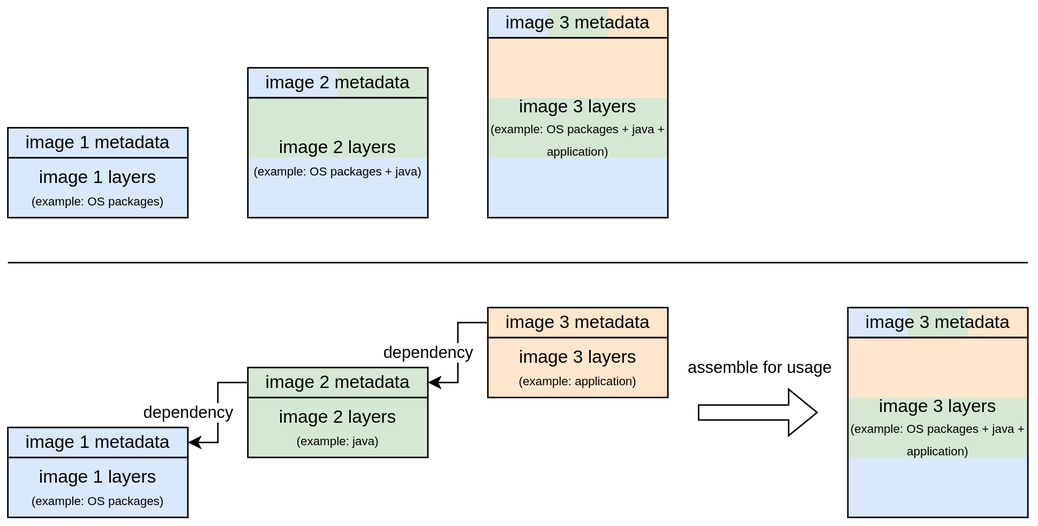
Above: docs/images/parent-image-dependencies-high-level.drawio.svg in SgtSilvio/gradle-oci (draw.io), before the change. Source tidied: cells renumbered, new cells last; positions are measured from the earlier drawing's top-left corner, leaving out a move shared by most shapes.
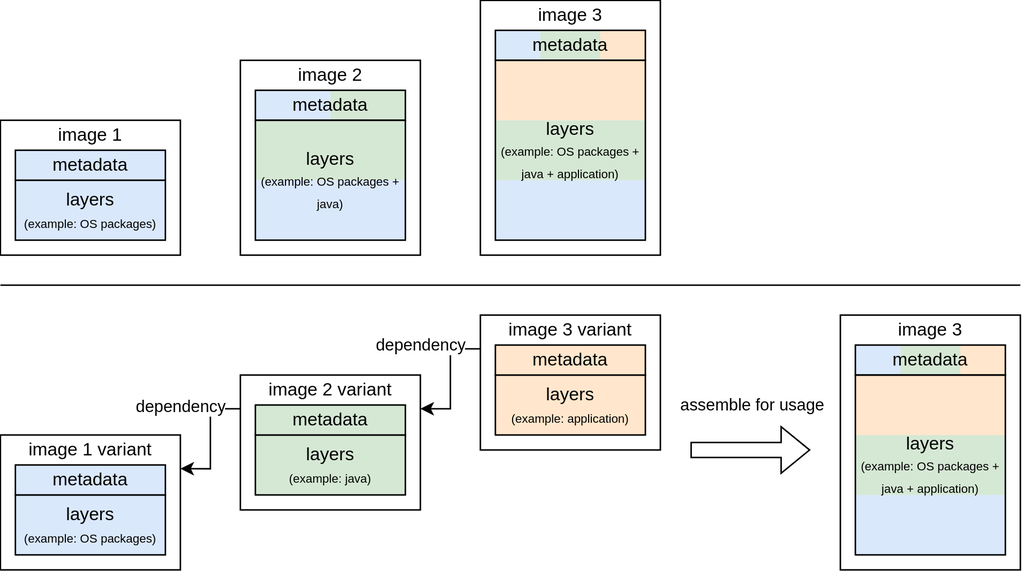
The same file after the commit.

What changed in the source:
```diff
@@ -2,128 +2,149 @@
   <root>
     <mxCell id="0" />
     <mxCell id="1" parent="0" />
-    <mxCell id="2" style="rounded=0;whiteSpace=wrap;html=1;fillColor=#dae8fc;strokeColor=none;" parent="1" vertex="1">
-      <mxGeometry x="320" width="40" height="20" as="geometry" />
+    <mxCell id="2" value="image 3 variant" style="rounded=0;whiteSpace=wrap;html=1;verticalAlign=top;spacing=2;spacingTop=-4;" parent="1" vertex="1">
+      <mxGeometry x="320" y="190" width="120" height="90" as="geometry" />
     </mxCell>
-    <mxCell id="3" style="rounded=0;whiteSpace=wrap;html=1;fillColor=#d5e8d4;strokeColor=none;" parent="1" vertex="1">
-      <mxGeometry x="360" width="40" height="20" as="geometry" />
+    <mxCell id="3" value="image 2 variant" style="rounded=0;whiteSpace=wrap;html=1;verticalAlign=top;spacing=2;spacingTop=-4;" parent="1" vertex="1">
+      <mxGeometry x="160" y="230" width="120" height="90" as="geometry" />
     </mxCell>
-    <mxCell id="4" style="rounded=0;whiteSpace=wrap;html=1;fillColor=#ffe6cc;strokeColor=none;" parent="1" vertex="1">
-      <mxGeometry x="400" width="40" height="20" as="geometry" />
+    <mxCell id="4" value="image 1 variant" style="rounded=0;whiteSpace=wrap;html=1;verticalAlign=top;spacing=2;spacingTop=-4;" parent="1" vertex="1">
+      <mxGeometry y="270" width="120" height="90" as="geometry" />
     </mxCell>
-    <mxCell id="5" style="rounded=0;whiteSpace=wrap;html=1;fillColor=#dae8fc;strokeColor=none;" parent="1" vertex="1">
-      <mxGeometry x="160" y="40" width="60" height="20" as="geometry" />
+    <mxCell id="5" value="image 3" style="rounded=0;whiteSpace=wrap;html=1;verticalAlign=top;spacingTop=-4;" parent="1" vertex="1">
+      <mxGeometry x="560" y="190" width="120" height="170" as="geometry" />
     </mxCell>
-    <mxCell id="6" style="rounded=0;whiteSpace=wrap;html=1;fillColor=#d5e8d4;strokeColor=none;" parent="1" vertex="1">
-      <mxGeometry x="220" y="40" width="60" height="20" as="geometry" />
+    <mxCell id="6" value="image 3" style="rounded=0;whiteSpace=wrap;html=1;verticalAlign=top;spacingTop=-4;" parent="1" vertex="1">
+      <mxGeometry x="320" y="-20" width="120" height="170" as="geometry" />
     </mxCell>
-    <mxCell id="7" style="rounded=0;whiteSpace=wrap;html=1;strokeColor=none;fillColor=#dae8fc;" parent="1" vertex="1">
-      <mxGeometry x="320" y="100" width="120" height="40" as="geometry" />
+    <mxCell id="7" value="image 2" style="rounded=0;whiteSpace=wrap;html=1;verticalAlign=top;spacingTop=-4;" parent="1" vertex="1">
+      <mxGeometry x="160" y="20" width="120" height="130" as="geometry" />
     </mxCell>
-    <mxCell id="8" style="rounded=0;whiteSpace=wrap;html=1;strokeColor=none;fillColor=#d5e8d4;" parent="1" vertex="1">
-      <mxGeometry x="320" y="60" width="120" height="40" as="geometry" />
+    <mxCell id="8" value="image 1" style="rounded=0;whiteSpace=wrap;html=1;verticalAlign=top;spacing=2;spacingTop=-4;" parent="1" vertex="1">
+      <mxGeometry y="60" width="120" height="90" as="geometry" />
     </mxCell>
-    <mxCell id="9" style="rounded=0;whiteSpace=wrap;html=1;strokeColor=none;fillColor=#ffe6cc;" parent="1" vertex="1">
-      <mxGeometry x="320" y="20" width="120" height="40" as="geometry" />
+    <mxCell id="9" style="rounded=0;whiteSpace=wrap;html=1;fillColor=#dae8fc;strokeColor=none;" parent="1" vertex="1">
+      <mxGeometry x="330" width="30" height="20" as="geometry" />
     </mxCell>
-    <mxCell id="10" style="rounded=0;whiteSpace=wrap;html=1;strokeColor=none;fillColor=#dae8fc;" parent="1" vertex="1">
-      <mxGeometry x="160" y="100" width="120" height="40" as="geometry" />
+    <mxCell id="10" style="rounded=0;whiteSpace=wrap;html=1;fillColor=#d5e8d4;strokeColor=none;" parent="1" vertex="1">
+      <mxGeometry x="360" width="40" height="20" as="geometry" />
     </mxCell>
-    <mxCell id="11" style="rounded=0;whiteSpace=wrap;html=1;strokeColor=none;fillColor=#d5e8d4;" parent="1" vertex="1">
-      <mxGeometry x="160" y="60" width="120" height="40" as="geometry" />
+    <mxCell id="11" style="rounded=0;whiteSpace=wrap;html=1;fillColor=#ffe6cc;strokeColor=none;" parent="1" vertex="1">
+      <mxGeometry x="400" width="30" height="20" as="geometry" />
     </mxCell>
-    <mxCell id="12" value="image 1 layers&lt;br&gt;&lt;font style=&quot;font-size: 8px;&quot;&gt;(example: OS packages)&lt;/font&gt;" style="rounded=0;whiteSpace=wrap;html=1;fillColor=#dae8fc;strokeColor=#000000;" parent="1" vertex="1">
-      <mxGeometry y="100" width="120" height="40" as="geometry" />
+    <mxCell id="12" style="rounded=0;whiteSpace=wrap;html=1;fillColor=#dae8fc;strokeColor=none;" parent="1" vertex="1">
+      <mxGeometry x="170" y="40" width="50" height="20" as="geometry" />
     </mxCell>
-    <mxCell id="13" value="image 2 layers&lt;br style=&quot;font-size: 11px;&quot;&gt;&lt;font style=&quot;font-size: 8px;&quot;&gt;(example: OS packages + java)&lt;/font&gt;" style="rounded=0;whiteSpace=wrap;html=1;fillColor=none;" parent="1" vertex="1">
-      <mxGeometry x="160" y="60" width="120" height="80" as="geometry" />
+    <mxCell id="13" style="rounded=0;whiteSpace=wrap;html=1;fillColor=#d5e8d4;strokeColor=none;" parent="1" vertex="1">
+      <mxGeometry x="220" y="40" width="50" height="20" as="geometry" />
     </mxCell>
-    <mxCell id="14" value="image 3 layers&lt;br style=&quot;font-size: 11px;&quot;&gt;&lt;font style=&quot;font-size: 8px;&quot;&gt;(example: OS packages + java + application)&lt;/font&gt;" style="rounded=0;whiteSpace=wrap;html=1;fillColor=none;" parent="1" vertex="1">
-      <mxGeometry x="320" y="20" width="120" height="120" as="geometry" />
+    <mxCell id="14" style="rounded=0;whiteSpace=wrap;html=1;strokeColor=none;fillColor=#dae8fc;" parent="1" vertex="1">
+      <mxGeometry x="330" y="100" width="100" height="40" as="geometry" />
     </mxCell>
-    <mxCell id="15" value="image 3 layers&lt;br&gt;&lt;font style=&quot;font-size: 8px;&quot;&gt;(example: application)&lt;/font&gt;" style="rounded=0;whiteSpace=wrap;html=1;strokeColor=default;fillColor=#ffe6cc;" parent="1" vertex="1">
-      <mxGeometry x="320" y="220" width="120" height="40" as="geometry" />
+    <mxCell id="15" style="rounded=0;whiteSpace=wrap;html=1;strokeColor=none;fillColor=#d5e8d4;" parent="1" vertex="1">
+      <mxGeometry x="330" y="60" width="100" height="40" as="geometry" />
     </mxCell>
-    <mxCell id="16" value="image 2 layers&lt;br&gt;&lt;font style=&quot;font-size: 8px;&quot;&gt;(example: java)&lt;/font&gt;" style="rounded=0;whiteSpace=wrap;html=1;strokeColor=default;fillColor=#d5e8d4;" parent="1" vertex="1">
-      <mxGeometry x="160" y="260" width="120" height="40" as="geometry" />
+    <mxCell id="16" style="rounded=0;whiteSpace=wrap;html=1;strokeColor=none;fillColor=#ffe6cc;" parent="1" vertex="1">
+      <mxGeometry x="330" y="20" width="100" height="40" as="geometry" />
     </mxCell>
-    <mxCell id="17" value="image 1 layers&lt;br&gt;&lt;font style=&quot;font-size: 8px;&quot;&gt;(example: OS packages)&lt;/font&gt;" style="rounded=0;whiteSpace=wrap;html=1;fillColor=#dae8fc;strokeColor=#000000;" parent="1" vertex="1">
-      <mxGeometry y="300" width="120" height="40" as="geometry" />
+    <mxCell id="17" style="rounded=0;whiteSpace=wrap;html=1;strokeColor=none;fillColor=#dae8fc;" parent="1" vertex="1">
+      <mxGeometry x="170" y="100" width="100" height="40" as="geometry" />
     </mxCell>
-    <mxCell id="18" value="image 1 metadata" style="rounded=0;whiteSpace=wrap;html=1;fillColor=#dae8fc;strokeColor=#000000;" parent="1" vertex="1">
-      <mxGeometry y="280" width="120" height="20" as="geometry" />
+    <mxCell id="18" style="rounded=0;whiteSpace=wrap;html=1;strokeColor=none;fillColor=#d5e8d4;" parent="1" vertex="1">
+      <mxGeometry x="170" y="60" width="100" height="40" as="geometry" />
     </mxCell>
-    <mxCell id="19" style="edgeStyle=orthogonalEdgeStyle;rounded=0;jettySize=auto;html=1;exitX=0;exitY=0.5;exitDx=0;exitDy=0;entryX=1;entryY=0.5;entryDx=0;entryDy=0;" parent="1" edge="1" source="21" target="18">
-      <mxGeometry relative="1" as="geometry" />
+    <mxCell id="19" value="layers&lt;br&gt;&lt;font style=&quot;font-size: 8px;&quot;&gt;(example: OS packages)&lt;/font&gt;" style="rounded=0;whiteSpace=wrap;html=1;fillColor=#dae8fc;strokeColor=#000000;" parent="1" vertex="1">
+      <mxGeometry x="10" y="100" width="100" height="40" as="geometry" />
     </mxCell>
-    <mxCell id="20" value="dependency" style="edgeLabel;html=1;align=center;verticalAlign=middle;" parent="19" vertex="1">
-      <mxGeometry x="0.27" relative="1" as="geometry">
-        <mxPoint x="-20" y="-11" as="offset" />
-      </mxGeometry>
+    <mxCell id="20" value="layers&lt;br style=&quot;font-size: 11px;&quot;&gt;&lt;font style=&quot;font-size: 8px;&quot;&gt;(example: OS packages + java)&lt;/font&gt;" style="rounded=0;whiteSpace=wrap;html=1;fillColor=none;" parent="1" vertex="1">
+      <mxGeometry x="170" y="60" width="100" height="80" as="geometry" />
     </mxCell>
-    <mxCell id="21" value="image 2 metadata" style="rounded=0;whiteSpace=wrap;html=1;strokeColor=default;fillColor=#d5e8d4;" parent="1" vertex="1">
-      <mxGeometry x="160" y="240" width="120" height="20" as="geometry" />
+    <mxCell id="21" value="layers&lt;br style=&quot;font-size: 11px;&quot;&gt;&lt;font style=&quot;font-size: 8px;&quot;&gt;(example: OS packages + java + application)&lt;/font&gt;" style="rounded=0;whiteSpace=wrap;html=1;fillColor=none;" parent="1" vertex="1">
+      <mxGeometry x="330" y="20" width="100" height="120" as="geometry" />
     </mxCell>
-    <mxCell id="22" style="edgeStyle=orthogonalEdgeStyle;rounded=0;jettySize=auto;html=1;exitX=0;exitY=0.5;exitDx=0;exitDy=0;entryX=1;entryY=0.5;entryDx=0;entryDy=0;" parent="1" edge="1" source="24" target="21">
-      <mxGeometry relative="1" as="geometry" />
+    <mxCell id="22" value="layers&lt;br&gt;&lt;font style=&quot;font-size: 8px;&quot;&gt;(example: application)&lt;/font&gt;" style="rounded=0;whiteSpace=wrap;html=1;strokeColor=default;fillColor=#ffe6cc;" parent="1" vertex="1">
+      <mxGeometry x="330" y="230" width="100" height="40" as="geometry" />
     </mxCell>
-    <mxCell id="23" value="dependency" style="edgeLabel;html=1;align=center;verticalAlign=middle;" parent="22" vertex="1">
-      <mxGeometry x="-0.17" y="-1" relative="1" as="geometry">
-        <mxPoint x="-19" y="7" as="offset" />
-      </mxGeometry>
+    <mxCell id="23" value="layers&lt;br&gt;&lt;font style=&quot;font-size: 8px;&quot;&gt;(example: java)&lt;/font&gt;" style="rounded=0;whiteSpace=wrap;html=1;strokeColor=default;fillColor=#d5e8d4;" parent="1" vertex="1">
+      <mxGeometry x="170" y="270" width="100" height="40" as="geometry" />
     </mxCell>
-    <mxCell id="24" value="image 3 metadata" style="rounded=0;whiteSpace=wrap;html=1;strokeColor=default;fillColor=#ffe6cc;" parent="1" vertex="1">
-      <mxGeometry x="320" y="200" width="120" height="20" as="geometry" />
+    <mxCell id="24" value="layers&lt;br&gt;&lt;font style=&quot;font-size: 8px;&quot;&gt;(example: OS packages)&lt;/font&gt;" style="rounded=0;whiteSpace=wrap;html=1;fillColor=#dae8fc;strokeColor=#000000;" parent="1" vertex="1">
+      <mxGeometry x="10" y="310" width="100" height="40" as="geometry" />
     </mxCell>
-    <mxCell id="25" value="image 1 metadata" style="rounded=0;whiteSpace=wrap;html=1;fillColor=#dae8fc;strokeColor=#000000;" parent="1" vertex="1">
-      <mxGeometry y="80" width="120" height="20" as="geometry" />
+    <mxCell id="25" value="metadata" style="rounded=0;whiteSpace=wrap;html=1;fillColor=#dae8fc;strokeColor=#000000;" parent="1" vertex="1">
+      <mxGeometry x="10" y="290" width="100" height="20" as="geometry" />
     </mxCell>
-    <mxCell id="26" value="image 2 metadata" style="rounded=0;whiteSpace=wrap;html=1;strokeColor=default;fillColor=none;" parent="1" vertex="1">
-      <mxGeometry x="160" y="40" width="120" height="20" as="geometry" />
+    <mxCell id="26" style="edgeStyle=orthogonalEdgeStyle;rounded=0;jettySize=auto;html=1;exitX=0;exitY=0.25;exitDx=0;exitDy=0;entryX=1;entryY=0.25;entryDx=0;entryDy=0;" parent="1" edge="1" source="3" target="4">
+      <mxGeometry relative="1" as="geometry" />
     </mxCell>
-    <mxCell id="27" value="image 3 metadata" style="rounded=0;whiteSpace=wrap;html=1;strokeColor=default;fillColor=none;" parent="1" vertex="1">
-      <mxGeometry x="320" width="120" height="20" as="geometry" />
+    <mxCell id="27" value="dependency" style="edgeLabel;html=1;align=center;verticalAlign=middle;" parent="26" vertex="1">
+      <mxGeometry x="0.27" relative="1" as="geometry">
+        <mxPoint x="-20" y="-33" as="offset" />
+      </mxGeometry>
     </mxCell>
-    <mxCell id="28" style="shape=flexArrow;endArrow=classic;html=1;rounded=0;" parent="1" edge="1">
-      <mxGeometry relative="1" as="geometry">
-        <mxPoint x="460" y="270" as="sourcePoint" />
-        <mxPoint x="540" y="270" as="targetPoint" />
-      </mxGeometry>
+    <mxCell id="28" value="metadata" style="rounded=0;whiteSpace=wrap;html=1;strokeColor=default;fillColor=#d5e8d4;" parent="1" vertex="1">
+      <mxGeometry x="170" y="250" width="100" height="20" as="geometry" />
     </mxCell>
-    <mxCell id="29" value="assemble for usage" style="edgeLabel;html=1;align=center;verticalAlign=middle;" parent="28" vertex="1">
-      <mxGeometry x="-0.35" relative="1" as="geometry">
-        <mxPoint x="14" y="-30" as="offset" />
-      </mxGeometry>
+    <mxCell id="29" style="edgeStyle=orthogonalEdgeStyle;rounded=0;jettySize=auto;html=1;exitX=0;exitY=0.25;exitDx=0;exitDy=0;entryX=1;entryY=0.25;entryDx=0;entryDy=0;" parent="1" edge="1" source="2" target="3">
+      <mxGeometry relative="1" as="geometry" />
     </mxCell>
-    <mxCell id="30" style="rounded=0;whiteSpace=wrap;html=1;fillColor=#dae8fc;strokeColor=none;" parent="1" vertex="1">
-      <mxGeometry x="560" y="200" width="40" height="20" as="geometry" />
+    <mxCell id="30" value="dependency" style="edgeLabel;html=1;align=center;verticalAlign=middle;" parent="29" vertex="1">
+      <mxGeometry x="-0.17" y="-1" relative="1" as="geometry">
+        <mxPoint x="-19" y="-16" as="offset" />
+      </mxGeometry>
     </mxCell>
-    <mxCell id="31" style="rounded=0;whiteSpace=wrap;html=1;fillColor=#d5e8d4;strokeColor=none;" parent="1" vertex="1">
-      <mxGeometry x="600" y="200" width="40" height="20" as="geometry" />
+    <mxCell id="31" value="metadata" style="rounded=0;whiteSpace=wrap;html=1;strokeColor=default;fillColor=#ffe6cc;" parent="1" vertex="1">
+      <mxGeometry x="330" y="210" width="100" height="20" as="geometry" />
     </mxCell>
-    <mxCell id="32" style="rounded=0;whiteSpace=wrap;html=1;fillColor=#ffe6cc;strokeColor=none;" parent="1" vertex="1">
-      <mxGeometry x="640" y="200" width="40" height="20" as="geometry" />
+    <mxCell id="32" value="metadata" style="rounded=0;whiteSpace=wrap;html=1;fillColor=#dae8fc;strokeColor=#000000;" parent="1" vertex="1">
+      <mxGeometry x="10" y="80" width="100" height="20" as="geometry" />
     </mxCell>
-    <mxCell id="33" style="rounded=0;whiteSpace=wrap;html=1;strokeColor=none;fillColor=#dae8fc;" parent="1" vertex="1">
-      <mxGeometry x="560" y="300" width="120" height="40" as="geometry" />
+    <mxCell id="33" value="&lt;div&gt;&lt;span style=&quot;background-color: transparent; color: light-dark(rgb(0, 0, 0), rgb(255, 255, 255));&quot;&gt;metadata&lt;/span&gt;&lt;/div&gt;" style="rounded=0;whiteSpace=wrap;html=1;strokeColor=default;fillColor=none;" parent="1" vertex="1">
+      <mxGeometry x="170" y="40" width="100" height="20" as="geometry" />
     </mxCell>
-    <mxCell id="34" style="rounded=0;whiteSpace=wrap;html=1;strokeColor=none;fillColor=#d5e8d4;" parent="1" vertex="1">
-      <mxGeometry x="560" y="260" width="120" height="40" as="geometry" />
+    <mxCell id="34" value="metadata" style="rounded=0;whiteSpace=wrap;html=1;strokeColor=default;fillColor=none;" parent="1" vertex="1">
+      <mxGeometry x="330" width="100" height="20" as="geometry" />
     </mxCell>
-    <mxCell id="35" style="rounded=0;whiteSpace=wrap;html=1;strokeColor=none;fillColor=#ffe6cc;" parent="1" vertex="1">
-      <mxGeometry x="560" y="220" width="120" height="40" as="geometry" />
+    <mxCell id="35" style="shape=flexArrow;endArrow=classic;html=1;rounded=0;" parent="1" edge="1">
+      <mxGeometry relative="1" as="geometry">
+        <mxPoint x="460" y="280" as="sourcePoint" />
+        <mxPoint x="540" y="280" as="targetPoint" />
+      </mxGeometry>
     </mxCell>
-    <mxCell id="36" value="image 3 layers&lt;br style=&quot;font-size: 11px;&quot;&gt;&lt;font style=&quot;font-size: 8px;&quot;&gt;(example: OS packages + java + application)&lt;/font&gt;" style="rounded=0;whiteSpace=wrap;html=1;fillColor=none;" parent="1" vertex="1">
-      <mxGeometry x="560" y="220" width="120" height="120" as="geometry" />
+    <mxCell id="36" value="assemble for usage" style="edgeLabel;html=1;align=center;verticalAlign=middle;" parent="35" vertex="1">
+      <mxGeometry x="-0.35" relative="1" as="geometry">
+        <mxPoint x="14" y="-30" as="offset" />
+      </mxGeometry>
     </mxCell>
-    <mxCell id="37" value="image 3 metadata" style="rounded=0;whiteSpace=wrap;html=1;strokeColor=default;fillColor=none;" parent="1" vertex="1">
-      <mxGeometry x="560" y="200" width="120" height="20" as="geometry" />
+    <mxCell id="37" style="rounded=0;whiteSpace=wrap;html=1;fillColor=#dae8fc;strokeColor=none;" parent="1" vertex="1">
+      <mxGeometry x="570" y="210" width="30" height="20" as="geometry" />
     </mxCell>
-    <mxCell id="38" style="endArrow=none;html=1;rounded=0;" parent="1" edge="1">
-      <mxGeometry relative="1" as="geometry">
-        <mxPoint y="170" as="sourcePoint" />
-        <mxPoint x="680" y="170" as="targetPoint" />
-      </mxGeometry>
+    <mxCell id="38" style="rounded=0;whiteSpace=wrap;html=1;fillColor=#d5e8d4;strokeColor=none;" parent="1" vertex="1">
+      <mxGeometry x="600" y="210" width="40" height="20" as="geometry" />
     </mxCell>
+    <mxCell id="39" style="rounded=0;whiteSpace=wrap;html=1;fillColor=#ffe6cc;strokeColor=none;" parent="1" vertex="1">
+      <mxGeometry x="640" y="210" width="30" height="20" as="geometry" />
+    </mxCell>
+    <mxCell id="40" style="rounded=0;whiteSpace=wrap;html=1;strokeColor=none;fillColor=#dae8fc;" parent="1" vertex="1">
+      <mxGeometry x="570" y="310" width="100" height="40" as="geometry" />
+    </mxCell>
+    <mxCell id="41" style="rounded=0;whiteSpace=wrap;html=1;strokeColor=none;fillColor=#d5e8d4;" parent="1" vertex="1">
+      <mxGeometry x="570" y="270" width="100" height="40" as="geometry" />
+    </mxCell>
+    <mxCell id="42" style="rounded=0;whiteSpace=wrap;html=1;strokeColor=none;fillColor=#ffe6cc;" parent="1" vertex="1">
+      <mxGeometry x="570" y="230" width="100" height="40" as="geometry" />
+    </mxCell>
+    <mxCell id="43" value="layers&lt;br style=&quot;font-size: 11px;&quot;&gt;&lt;font style=&quot;font-size: 8px;&quot;&gt;(example: OS packages + java + application)&lt;/font&gt;" style="rounded=0;whiteSpace=wrap;html=1;fillColor=none;" parent="1" vertex="1">
+      <mxGeometry x="570" y="230" width="100" height="120" as="geometry" />
+    </mxCell>
+    <mxCell id="44" value="metadata" style="rounded=0;whiteSpace=wrap;html=1;strokeColor=default;fillColor=none;" parent="1" vertex="1">
+      <mxGeometry x="570" y="210" width="100" height="20" as="geometry" />
+    </mxCell>
+    <mxCell id="45" style="endArrow=none;html=1;rounded=0;" parent="1" edge="1">
+      <mxGeometry relative="1" as="geometry">
+        <mxPoint y="170" as="sourcePoint" />
+        <mxPoint x="680" y="170" as="targetPoint" />
+      </mxGeometry>
+    </mxCell>
   </root>
 </mxGraphModel>
```
